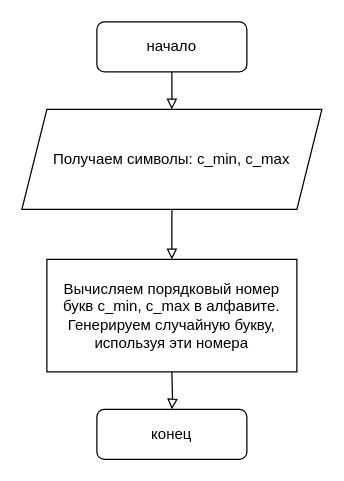
The draw.io diagram page "task_4" (4 of 4) of Python-algorithms/lesson_1/task.drawio in AlekseyGur/Education, before the edit. Source tidied: cells renumbered, new cells numbered last; positions are measured from the earlier drawing's top-left corner, leaving out a move shared by most shapes. Both pictures are drawn from the tidied source at 125%, with x=0, y=0 at pixel (21, 21).
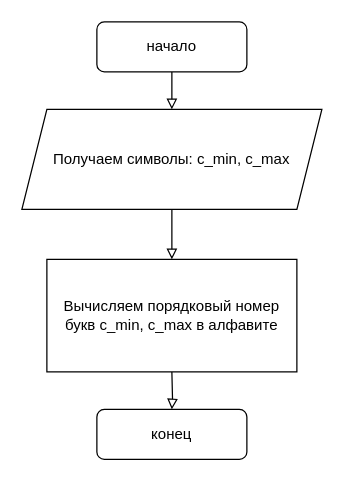
Above is the later version.

Change to the diagram source:
```diff
@@
 <mxGraphModel>
   <root>
     <mxCell id="0" />
     <mxCell id="1" parent="0" />
     <mxCell id="2" style="edgeStyle=orthogonalEdgeStyle;rounded=0;jettySize=auto;html=1;endArrow=block;endFill=0;entryX=0.5;entryY=0;entryDx=0;entryDy=0;" parent="1" edge="1" source="3" target="5">
       <mxGeometry relative="1" as="geometry" />
     </mxCell>
     <mxCell id="3" value="начало" style="rounded=1;whiteSpace=wrap;html=1;fontSize=12;glass=0;strokeWidth=1;shadow=0;verticalAlign=middle;" parent="1" vertex="1">
       <mxGeometry x="60" width="120" height="40" as="geometry" />
     </mxCell>
     <mxCell id="4" style="edgeStyle=orthogonalEdgeStyle;rounded=0;jettySize=auto;html=1;endArrow=block;endFill=0;" parent="1" edge="1" source="5" target="8">
       <mxGeometry relative="1" as="geometry" />
     </mxCell>
     <mxCell id="5" value="&lt;div&gt;Получаем символы: c_min, c_max&lt;/div&gt;" style="shape=parallelogram;perimeter=parallelogramPerimeter;whiteSpace=wrap;html=1;fixedSize=1;" parent="1" vertex="1">
       <mxGeometry y="70" width="240" height="80" as="geometry" />
     </mxCell>
     <mxCell id="6" style="edgeStyle=orthogonalEdgeStyle;rounded=0;jettySize=auto;html=1;endArrow=block;endFill=0;" parent="1" edge="1" target="7">
       <mxGeometry relative="1" as="geometry">
         <mxPoint x="120" y="280" as="sourcePoint" />
       </mxGeometry>
     </mxCell>
     <mxCell id="7" value="конец" style="rounded=1;whiteSpace=wrap;html=1;fontSize=12;glass=0;strokeWidth=1;shadow=0;verticalAlign=middle;" parent="1" vertex="1">
       <mxGeometry x="60" y="310" width="120" height="40" as="geometry" />
     </mxCell>
-    <mxCell id="8" value="Вычисляем порядковый номер букв c_min, c_max в алфавите. Генерируем случайную букву, используя эти номера" style="whiteSpace=wrap;html=1;" parent="1" vertex="1">
+    <mxCell id="8" value="Вычисляем порядковый номер букв c_min, c_max в алфавите" style="whiteSpace=wrap;html=1;" parent="1" vertex="1">
       <mxGeometry x="20" y="190" width="200" height="90" as="geometry" />
     </mxCell>
   </root>
 </mxGraphModel>
```
